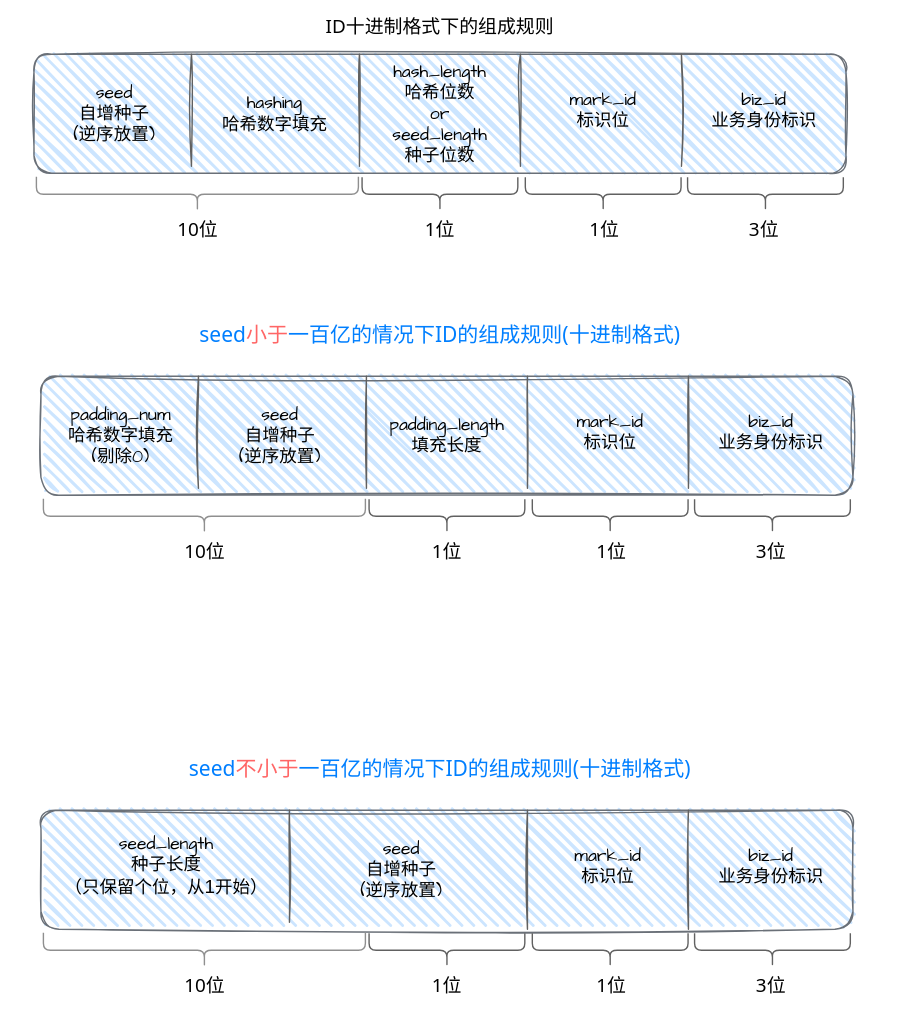
This is pictures/csd-id.drawio from dimdark/my-drawio, a draw.io file, before an edit. Source tidied: cells renumbered, new cells numbered last; positions are measured from the earlier drawing's top-left corner, leaving out a move shared by most shapes. Both pictures are drawn from the tidied source at 70%, with x=0, y=0 at pixel (34, 12).
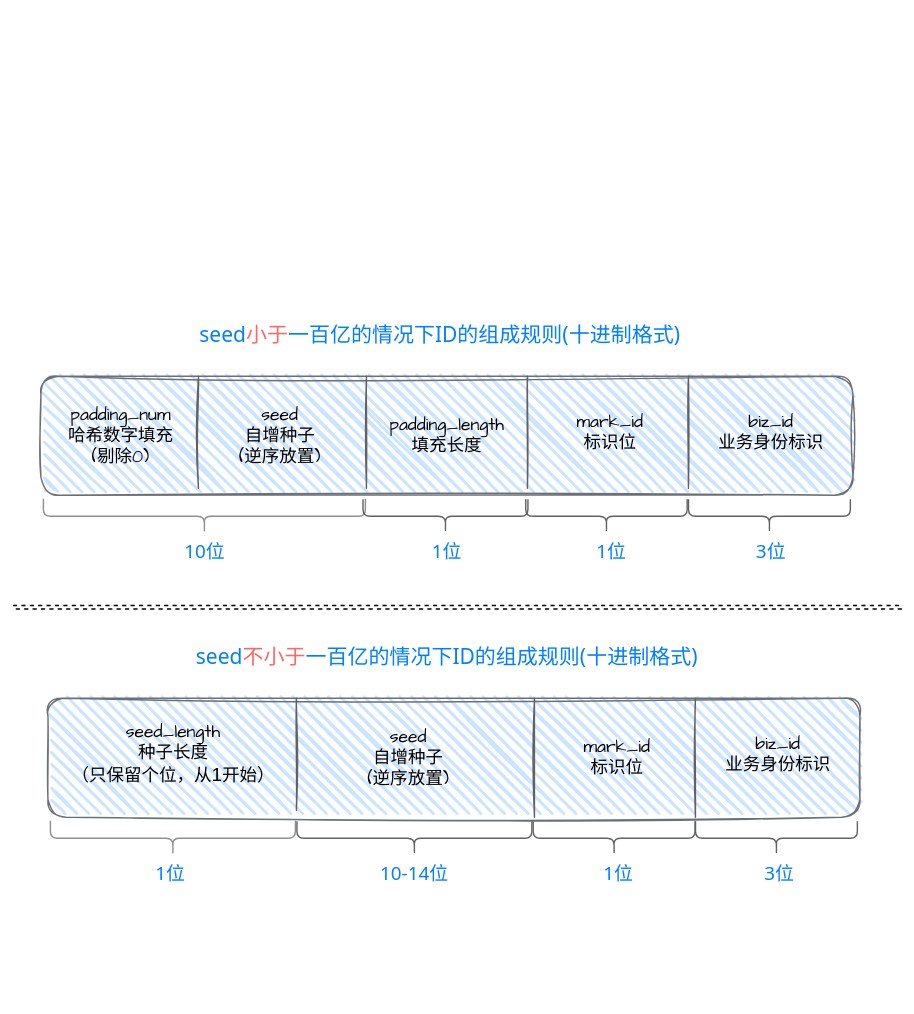
After the change.

Change to the diagram source:
```diff
@@
-    <mxCell id="2" style="rounded=1;whiteSpace=wrap;html=1;strokeWidth=2;fillWeight=4;hachureGap=12;hachureAngle=45;fillColor=#cce5ff;sketch=1;jiggle=2;fontFamily=Architects Daughter;fontSize=20;strokeColor=#6A7078;imageAspect=1;shadow=0;glass=0;" parent="1" vertex="1">
-      <mxGeometry y="60" width="1160" height="170" as="geometry" />
-    </mxCell>
-    <mxCell id="3" value="&lt;font style=&quot;font-size: 25px;&quot;&gt;seed&lt;br style=&quot;font-size: 25px;&quot;&gt;自增种子&lt;br&gt;(逆序放置)&lt;/font&gt;" style="text;html=1;strokeColor=none;fillColor=none;align=center;verticalAlign=middle;whiteSpace=wrap;rounded=0;sketch=1;hachureGap=4;jiggle=2;fontFamily=Architects Daughter;fontSize=25;" parent="1" vertex="1">
-      <mxGeometry x="40" y="110" width="150" height="70" as="geometry" />
-    </mxCell>
-    <mxCell id="4" style="line;strokeWidth=2;direction=south;html=1;sketch=1;fillWeight=10;hachureGap=12;jiggle=2;fontFamily=Architects Daughter;fontSize=20;fillColor=#3333FF;strokeColor=#616161;" parent="1" vertex="1">
-      <mxGeometry x="220" y="60" width="10" height="160" as="geometry" />
-    </mxCell>
-    <mxCell id="5" style="line;strokeWidth=2;direction=south;html=1;sketch=1;fillWeight=10;hachureGap=12;jiggle=2;fontFamily=Architects Daughter;fontSize=20;fillColor=#3333FF;strokeColor=#616161;" parent="1" vertex="1">
-      <mxGeometry x="460" y="60" width="10" height="160" as="geometry" />
-    </mxCell>
-    <mxCell id="6" style="line;strokeWidth=2;direction=south;html=1;sketch=1;fillWeight=10;hachureGap=12;jiggle=2;fontFamily=Architects Daughter;fontSize=20;fillColor=#3333FF;strokeColor=#616161;" parent="1" vertex="1">
-      <mxGeometry x="690" y="60" width="10" height="160" as="geometry" />
-    </mxCell>
-    <mxCell id="7" style="line;strokeWidth=2;direction=south;html=1;sketch=1;fillWeight=10;hachureGap=12;jiggle=2;fontFamily=Architects Daughter;fontSize=20;fillColor=#3333FF;strokeColor=#616161;" parent="1" vertex="1">
-      <mxGeometry x="920" y="60" width="10" height="160" as="geometry" />
-    </mxCell>
-    <mxCell id="8" value="&lt;font style=&quot;font-size: 25px;&quot;&gt;hashing&lt;br style=&quot;font-size: 25px;&quot;&gt;哈希数字填充&lt;br style=&quot;font-size: 25px;&quot;&gt;&lt;/font&gt;" style="text;html=1;strokeColor=none;fillColor=none;align=center;verticalAlign=middle;whiteSpace=wrap;rounded=0;sketch=1;hachureGap=4;jiggle=2;fontFamily=Architects Daughter;fontSize=25;" parent="1" vertex="1">
-      <mxGeometry x="258.5" y="110" width="170" height="70" as="geometry" />
-    </mxCell>
-    <mxCell id="9" value="&lt;font style=&quot;font-size: 25px;&quot;&gt;hash_length&lt;br&gt;哈希位数&lt;br&gt;or&lt;br&gt;seed_length&lt;br style=&quot;font-size: 25px;&quot;&gt;种子位数&lt;br style=&quot;font-size: 25px;&quot;&gt;&lt;/font&gt;" style="text;html=1;strokeColor=none;fillColor=none;align=center;verticalAlign=middle;whiteSpace=wrap;rounded=0;sketch=1;hachureGap=4;jiggle=2;fontFamily=Architects Daughter;fontSize=25;" parent="1" vertex="1">
-      <mxGeometry x="495" y="110" width="170" height="70" as="geometry" />
-    </mxCell>
-    <mxCell id="10" value="&lt;font style=&quot;font-size: 25px;&quot;&gt;mark_id&lt;br&gt;标识位&lt;br style=&quot;font-size: 25px;&quot;&gt;&lt;br style=&quot;font-size: 25px;&quot;&gt;&lt;/font&gt;" style="text;html=1;strokeColor=none;fillColor=none;align=center;verticalAlign=middle;whiteSpace=wrap;rounded=0;sketch=1;hachureGap=4;jiggle=2;fontFamily=Architects Daughter;fontSize=25;" parent="1" vertex="1">
-      <mxGeometry x="728.1" y="120" width="170" height="70" as="geometry" />
-    </mxCell>
-    <mxCell id="11" value="&lt;font style=&quot;font-size: 25px;&quot;&gt;biz_id&lt;br style=&quot;font-size: 25px;&quot;&gt;业务身份标识&lt;br style=&quot;font-size: 25px;&quot;&gt;&lt;/font&gt;" style="text;html=1;strokeColor=none;fillColor=none;align=center;verticalAlign=middle;whiteSpace=wrap;rounded=0;sketch=1;hachureGap=4;jiggle=2;fontFamily=Architects Daughter;fontSize=25;" parent="1" vertex="1">
-      <mxGeometry x="958.1" y="105" width="170" height="70" as="geometry" />
-    </mxCell>
-    <mxCell id="12" style="shape=curlyBracket;whiteSpace=wrap;html=1;rounded=1;labelPosition=left;verticalLabelPosition=middle;align=right;verticalAlign=middle;shadow=0;glass=0;sketch=0;fillWeight=10;hachureGap=12;jiggle=2;strokeColor=#8F8F8F;strokeWidth=2;fontFamily=Architects Daughter;fontSize=25;fillColor=#3333FF;rotation=-90;gradientColor=default;" parent="1" vertex="1">
-      <mxGeometry x="208.5" y="30" width="50" height="460" as="geometry" />
-    </mxCell>
-    <mxCell id="13" style="shape=curlyBracket;whiteSpace=wrap;html=1;rounded=1;labelPosition=left;verticalLabelPosition=middle;align=right;verticalAlign=middle;shadow=0;glass=0;sketch=0;fillWeight=10;hachureGap=12;jiggle=2;strokeColor=#616161;strokeWidth=2;fontFamily=Architects Daughter;fontSize=25;fillColor=#3333FF;rotation=-90;" parent="1" vertex="1">
-      <mxGeometry x="555.6" y="148.8" width="48.8" height="222.5" as="geometry" />
-    </mxCell>
-    <mxCell id="14" style="shape=curlyBracket;whiteSpace=wrap;html=1;rounded=1;labelPosition=left;verticalLabelPosition=middle;align=right;verticalAlign=middle;shadow=0;glass=0;sketch=0;fillWeight=10;hachureGap=12;jiggle=2;strokeColor=#616161;strokeWidth=2;fontFamily=Architects Daughter;fontSize=25;fillColor=#3333FF;rotation=-90;" parent="1" vertex="1">
-      <mxGeometry x="788.8" y="148.8" width="48.8" height="222.5" as="geometry" />
-    </mxCell>
-    <mxCell id="15" style="shape=curlyBracket;whiteSpace=wrap;html=1;rounded=1;labelPosition=left;verticalLabelPosition=middle;align=right;verticalAlign=middle;shadow=0;glass=0;sketch=0;fillWeight=10;hachureGap=12;jiggle=2;strokeColor=#616161;strokeWidth=2;fontFamily=Architects Daughter;fontSize=25;fillColor=#3333FF;rotation=-90;" parent="1" vertex="1">
-      <mxGeometry x="1020.6" y="148.8" width="48.8" height="222.5" as="geometry" />
-    </mxCell>
-    <mxCell id="16" value="10位" style="text;html=1;strokeColor=none;fillColor=none;align=center;verticalAlign=middle;whiteSpace=wrap;rounded=0;shadow=0;glass=0;sketch=1;fillWeight=10;hachureGap=12;jiggle=2;strokeWidth=2;fontFamily=Tahoma;fontSize=27;" parent="1" vertex="1">
-      <mxGeometry x="177.8" y="285" width="111.5" height="50" as="geometry" />
-    </mxCell>
-    <mxCell id="17" value="1位" style="text;html=1;strokeColor=none;fillColor=none;align=center;verticalAlign=middle;whiteSpace=wrap;rounded=0;shadow=0;glass=0;sketch=1;fillWeight=10;hachureGap=12;jiggle=2;strokeWidth=2;fontFamily=Tahoma;fontSize=27;" parent="1" vertex="1">
-      <mxGeometry x="535" y="290" width="90" height="40" as="geometry" />
-    </mxCell>
-    <mxCell id="18" value="1位" style="text;html=1;strokeColor=none;fillColor=none;align=center;verticalAlign=middle;whiteSpace=wrap;rounded=0;shadow=0;glass=0;sketch=1;fillWeight=10;hachureGap=12;jiggle=2;strokeWidth=2;fontFamily=Tahoma;fontSize=27;" parent="1" vertex="1">
-      <mxGeometry x="770" y="290" width="90" height="40" as="geometry" />
-    </mxCell>
-    <mxCell id="19" value="3位" style="text;html=1;strokeColor=none;fillColor=none;align=center;verticalAlign=middle;whiteSpace=wrap;rounded=0;shadow=0;glass=0;sketch=1;fillWeight=10;hachureGap=12;jiggle=2;strokeWidth=2;fontFamily=Tahoma;fontSize=27;" parent="1" vertex="1">
-      <mxGeometry x="998.1" y="290" width="90" height="40" as="geometry" />
-    </mxCell>
-    <mxCell id="20" value="ID十进制格式下的组成规则" style="text;html=1;strokeColor=none;fillColor=none;align=center;verticalAlign=middle;whiteSpace=wrap;rounded=0;shadow=0;glass=0;sketch=0;fillWeight=10;hachureGap=12;jiggle=2;strokeWidth=2;fontFamily=Tahoma;fontSize=27;" parent="1" vertex="1">
-      <mxGeometry x="405" width="350" height="40" as="geometry" />
-    </mxCell>
@@
     <mxCell id="33" style="shape=curlyBracket;whiteSpace=wrap;html=1;rounded=1;labelPosition=left;verticalLabelPosition=middle;align=right;verticalAlign=middle;shadow=0;glass=0;sketch=0;fillWeight=10;hachureGap=12;jiggle=2;strokeColor=#616161;strokeWidth=2;fontFamily=Architects Daughter;fontSize=25;fillColor=#3333FF;rotation=-90;" parent="1" vertex="1">
-      <mxGeometry x="565.6" y="608.8" width="48.8" height="222.5" as="geometry" />
+      <mxGeometry x="563.5" y="602.2" width="48.8" height="235.6" as="geometry" />
     </mxCell>
     <mxCell id="34" style="shape=curlyBracket;whiteSpace=wrap;html=1;rounded=1;labelPosition=left;verticalLabelPosition=middle;align=right;verticalAlign=middle;shadow=0;glass=0;sketch=0;fillWeight=10;hachureGap=12;jiggle=2;strokeColor=#616161;strokeWidth=2;fontFamily=Architects Daughter;fontSize=25;fillColor=#3333FF;rotation=-90;" parent="1" vertex="1">
-      <mxGeometry x="798.8" y="608.8" width="48.8" height="222.5" as="geometry" />
+      <mxGeometry x="793.5" y="604.7" width="48.8" height="230.6" as="geometry" />
     </mxCell>
     <mxCell id="35" style="shape=curlyBracket;whiteSpace=wrap;html=1;rounded=1;labelPosition=left;verticalLabelPosition=middle;align=right;verticalAlign=middle;shadow=0;glass=0;sketch=0;fillWeight=10;hachureGap=12;jiggle=2;strokeColor=#616161;strokeWidth=2;fontFamily=Architects Daughter;fontSize=25;fillColor=#3333FF;rotation=-90;" parent="1" vertex="1">
-      <mxGeometry x="1030.6" y="608.8" width="48.8" height="222.5" as="geometry" />
+      <mxGeometry x="1026.3" y="604.4" width="48.8" height="231.2" as="geometry" />
     </mxCell>
-    <mxCell id="36" value="10位" style="text;html=1;strokeColor=none;fillColor=none;align=center;verticalAlign=middle;whiteSpace=wrap;rounded=0;shadow=0;glass=0;sketch=1;fillWeight=10;hachureGap=12;jiggle=2;strokeWidth=2;fontFamily=Tahoma;fontSize=27;" parent="1" vertex="1">
+    <mxCell id="36" value="10位" style="text;html=1;strokeColor=none;fillColor=none;align=center;verticalAlign=middle;whiteSpace=wrap;rounded=0;shadow=0;glass=0;sketch=1;fillWeight=10;hachureGap=12;jiggle=2;strokeWidth=2;fontFamily=Tahoma;fontSize=27;fontColor=#007FFF;" parent="1" vertex="1">
       <mxGeometry x="187.8" y="745" width="111.5" height="50" as="geometry" />
     </mxCell>
-    <mxCell id="37" value="1位" style="text;html=1;strokeColor=none;fillColor=none;align=center;verticalAlign=middle;whiteSpace=wrap;rounded=0;shadow=0;glass=0;sketch=1;fillWeight=10;hachureGap=12;jiggle=2;strokeWidth=2;fontFamily=Tahoma;fontSize=27;" parent="1" vertex="1">
+    <mxCell id="37" value="1位" style="text;html=1;strokeColor=none;fillColor=none;align=center;verticalAlign=middle;whiteSpace=wrap;rounded=0;shadow=0;glass=0;sketch=1;fillWeight=10;hachureGap=12;jiggle=2;strokeWidth=2;fontFamily=Tahoma;fontSize=27;fontColor=#007FFF;" parent="1" vertex="1">
       <mxGeometry x="545" y="750" width="90" height="40" as="geometry" />
     </mxCell>
-    <mxCell id="38" value="1位" style="text;html=1;strokeColor=none;fillColor=none;align=center;verticalAlign=middle;whiteSpace=wrap;rounded=0;shadow=0;glass=0;sketch=1;fillWeight=10;hachureGap=12;jiggle=2;strokeWidth=2;fontFamily=Tahoma;fontSize=27;" parent="1" vertex="1">
+    <mxCell id="38" value="1位" style="text;html=1;strokeColor=none;fillColor=none;align=center;verticalAlign=middle;whiteSpace=wrap;rounded=0;shadow=0;glass=0;sketch=1;fillWeight=10;hachureGap=12;jiggle=2;strokeWidth=2;fontFamily=Tahoma;fontSize=27;fontColor=#007FFF;" parent="1" vertex="1">
       <mxGeometry x="780" y="750" width="90" height="40" as="geometry" />
     </mxCell>
-    <mxCell id="39" value="3位" style="text;html=1;strokeColor=none;fillColor=none;align=center;verticalAlign=middle;whiteSpace=wrap;rounded=0;shadow=0;glass=0;sketch=1;fillWeight=10;hachureGap=12;jiggle=2;strokeWidth=2;fontFamily=Tahoma;fontSize=27;" parent="1" vertex="1">
+    <mxCell id="39" value="3位" style="text;html=1;strokeColor=none;fillColor=none;align=center;verticalAlign=middle;whiteSpace=wrap;rounded=0;shadow=0;glass=0;sketch=1;fillWeight=10;hachureGap=12;jiggle=2;strokeWidth=2;fontFamily=Tahoma;fontSize=27;fontColor=#007FFF;" parent="1" vertex="1">
       <mxGeometry x="1008.1" y="750" width="90" height="40" as="geometry" />
     </mxCell>
     <mxCell id="40" style="rounded=1;whiteSpace=wrap;html=1;strokeWidth=2;fillWeight=4;hachureGap=12;hachureAngle=45;fillColor=#cce5ff;sketch=1;jiggle=2;fontFamily=Architects Daughter;fontSize=20;strokeColor=#6A7078;imageAspect=1;shadow=0;glass=0;" parent="1" vertex="1">
-      <mxGeometry x="10" y="1140" width="1160" height="170" as="geometry" />
+      <mxGeometry x="20" y="980" width="1160" height="170" as="geometry" />
     </mxCell>
     <mxCell id="41" value="&lt;font style=&quot;font-size: 25px;&quot;&gt;seed&lt;br style=&quot;font-size: 25px;&quot;&gt;自增种子&lt;br&gt;(逆序放置)&lt;/font&gt;" style="text;html=1;strokeColor=none;fillColor=none;align=center;verticalAlign=middle;whiteSpace=wrap;rounded=0;sketch=1;hachureGap=4;jiggle=2;fontFamily=Architects Daughter;fontSize=25;" parent="1" vertex="1">
-      <mxGeometry x="385" y="1180" width="280" height="90" as="geometry" />
+      <mxGeometry x="395" y="1020" width="280" height="90" as="geometry" />
     </mxCell>
     <mxCell id="42" style="line;strokeWidth=2;direction=south;html=1;sketch=1;fillWeight=10;hachureGap=12;jiggle=2;fontFamily=Architects Daughter;fontSize=20;fillColor=#3333FF;strokeColor=#616161;" parent="1" vertex="1">
-      <mxGeometry x="930" y="1140" width="10" height="170" as="geometry" />
+      <mxGeometry x="940" y="980" width="10" height="170" as="geometry" />
     </mxCell>
     <mxCell id="43" value="&lt;font style=&quot;&quot;&gt;seed_length&lt;br style=&quot;font-size: 25px;&quot;&gt;种子长度&lt;br&gt;（只保留个位，从&lt;font style=&quot;font-size: 27px;&quot; face=&quot;Helvetica&quot;&gt;1&lt;/font&gt;开始）&lt;br style=&quot;font-size: 25px;&quot;&gt;&lt;/font&gt;" style="text;html=1;strokeColor=none;fillColor=none;align=center;verticalAlign=middle;whiteSpace=wrap;rounded=0;sketch=1;hachureGap=4;jiggle=2;fontFamily=Architects Daughter;fontSize=25;" parent="1" vertex="1">
-      <mxGeometry x="38.5" y="1180" width="300" height="80" as="geometry" />
+      <mxGeometry x="48.5" y="1020" width="300" height="80" as="geometry" />
     </mxCell>
     <mxCell id="44" value="&lt;font style=&quot;font-size: 25px;&quot;&gt;mark_id&lt;br&gt;标识位&lt;br style=&quot;font-size: 25px;&quot;&gt;&lt;/font&gt;" style="text;html=1;strokeColor=none;fillColor=none;align=center;verticalAlign=middle;whiteSpace=wrap;rounded=0;sketch=1;hachureGap=4;jiggle=2;fontFamily=Architects Daughter;fontSize=25;" parent="1" vertex="1">
-      <mxGeometry x="735" y="1185" width="170" height="70" as="geometry" />
+      <mxGeometry x="748.1" y="1030" width="170" height="70" as="geometry" />
     </mxCell>
     <mxCell id="45" value="&lt;font style=&quot;font-size: 25px;&quot;&gt;biz_id&lt;br style=&quot;font-size: 25px;&quot;&gt;业务身份标识&lt;br style=&quot;font-size: 25px;&quot;&gt;&lt;/font&gt;" style="text;html=1;strokeColor=none;fillColor=none;align=center;verticalAlign=middle;whiteSpace=wrap;rounded=0;sketch=1;hachureGap=4;jiggle=2;fontFamily=Architects Daughter;fontSize=25;" parent="1" vertex="1">
-      <mxGeometry x="968.1" y="1185" width="170" height="70" as="geometry" />
+      <mxGeometry x="978.1" y="1025" width="170" height="70" as="geometry" />
     </mxCell>
     <mxCell id="46" style="shape=curlyBracket;whiteSpace=wrap;html=1;rounded=1;labelPosition=left;verticalLabelPosition=middle;align=right;verticalAlign=middle;shadow=0;glass=0;sketch=0;fillWeight=10;hachureGap=12;jiggle=2;strokeColor=#8F8F8F;strokeWidth=2;fontFamily=Architects Daughter;fontSize=25;fillColor=#3333FF;rotation=-90;gradientColor=default;" parent="1" vertex="1">
-      <mxGeometry x="218.5" y="1110" width="50" height="460" as="geometry" />
+      <mxGeometry x="173.5" y="1005" width="50" height="350" as="geometry" />
     </mxCell>
     <mxCell id="47" style="shape=curlyBracket;whiteSpace=wrap;html=1;rounded=1;labelPosition=left;verticalLabelPosition=middle;align=right;verticalAlign=middle;shadow=0;glass=0;sketch=0;fillWeight=10;hachureGap=12;jiggle=2;strokeColor=#616161;strokeWidth=2;fontFamily=Architects Daughter;fontSize=25;fillColor=#3333FF;rotation=-90;" parent="1" vertex="1">
-      <mxGeometry x="565.6" y="1228.8" width="48.8" height="222.5" as="geometry" />
+      <mxGeometry x="519.1" y="1012.2" width="48.8" height="335.6" as="geometry" />
     </mxCell>
     <mxCell id="48" style="shape=curlyBracket;whiteSpace=wrap;html=1;rounded=1;labelPosition=left;verticalLabelPosition=middle;align=right;verticalAlign=middle;shadow=0;glass=0;sketch=0;fillWeight=10;hachureGap=12;jiggle=2;strokeColor=#616161;strokeWidth=2;fontFamily=Architects Daughter;fontSize=25;fillColor=#3333FF;rotation=-90;" parent="1" vertex="1">
-      <mxGeometry x="798.8" y="1228.8" width="48.8" height="222.5" as="geometry" />
+      <mxGeometry x="804.4" y="1064.4" width="48.8" height="231.2" as="geometry" />
     </mxCell>
     <mxCell id="49" style="shape=curlyBracket;whiteSpace=wrap;html=1;rounded=1;labelPosition=left;verticalLabelPosition=middle;align=right;verticalAlign=middle;shadow=0;glass=0;sketch=0;fillWeight=10;hachureGap=12;jiggle=2;strokeColor=#616161;strokeWidth=2;fontFamily=Architects Daughter;fontSize=25;fillColor=#3333FF;rotation=-90;" parent="1" vertex="1">
-      <mxGeometry x="1030.6" y="1228.8" width="48.8" height="222.5" as="geometry" />
+      <mxGeometry x="1036.3" y="1064.4" width="48.8" height="231.2" as="geometry" />
     </mxCell>
-    <mxCell id="50" value="10位" style="text;html=1;strokeColor=none;fillColor=none;align=center;verticalAlign=middle;whiteSpace=wrap;rounded=0;shadow=0;glass=0;sketch=1;fillWeight=10;hachureGap=12;jiggle=2;strokeWidth=2;fontFamily=Tahoma;fontSize=27;" parent="1" vertex="1">
-      <mxGeometry x="187.8" y="1365" width="111.5" height="50" as="geometry" />
+    <mxCell id="50" value="1位" style="text;html=1;strokeColor=none;fillColor=none;align=center;verticalAlign=middle;whiteSpace=wrap;rounded=0;shadow=0;glass=0;sketch=1;fillWeight=10;hachureGap=12;jiggle=2;strokeWidth=2;fontFamily=Tahoma;fontSize=27;fontColor=#007FFF;" parent="1" vertex="1">
+      <mxGeometry x="138.5" y="1205" width="111.5" height="50" as="geometry" />
     </mxCell>
-    <mxCell id="51" value="1位" style="text;html=1;strokeColor=none;fillColor=none;align=center;verticalAlign=middle;whiteSpace=wrap;rounded=0;shadow=0;glass=0;sketch=1;fillWeight=10;hachureGap=12;jiggle=2;strokeWidth=2;fontFamily=Tahoma;fontSize=27;" parent="1" vertex="1">
-      <mxGeometry x="545" y="1370" width="90" height="40" as="geometry" />
+    <mxCell id="51" value="&lt;font color=&quot;#007fff&quot;&gt;10-14位&lt;/font&gt;" style="text;html=1;strokeColor=none;fillColor=none;align=center;verticalAlign=middle;whiteSpace=wrap;rounded=0;shadow=0;glass=0;sketch=1;fillWeight=10;hachureGap=12;jiggle=2;strokeWidth=2;fontFamily=Tahoma;fontSize=27;" parent="1" vertex="1">
+      <mxGeometry x="458.8" y="1205" width="169.4" height="50" as="geometry" />
     </mxCell>
-    <mxCell id="52" value="1位" style="text;html=1;strokeColor=none;fillColor=none;align=center;verticalAlign=middle;whiteSpace=wrap;rounded=0;shadow=0;glass=0;sketch=1;fillWeight=10;hachureGap=12;jiggle=2;strokeWidth=2;fontFamily=Tahoma;fontSize=27;" parent="1" vertex="1">
-      <mxGeometry x="780" y="1370" width="90" height="40" as="geometry" />
+    <mxCell id="52" value="1位" style="text;html=1;strokeColor=none;fillColor=none;align=center;verticalAlign=middle;whiteSpace=wrap;rounded=0;shadow=0;glass=0;sketch=1;fillWeight=10;hachureGap=12;jiggle=2;strokeWidth=2;fontFamily=Tahoma;fontSize=27;fontColor=#007FFF;" parent="1" vertex="1">
+      <mxGeometry x="790" y="1210" width="90" height="40" as="geometry" />
     </mxCell>
-    <mxCell id="53" value="3位" style="text;html=1;strokeColor=none;fillColor=none;align=center;verticalAlign=middle;whiteSpace=wrap;rounded=0;shadow=0;glass=0;sketch=1;fillWeight=10;hachureGap=12;jiggle=2;strokeWidth=2;fontFamily=Tahoma;fontSize=27;" parent="1" vertex="1">
-      <mxGeometry x="1008.1" y="1370" width="90" height="40" as="geometry" />
+    <mxCell id="53" value="3位" style="text;html=1;strokeColor=none;fillColor=none;align=center;verticalAlign=middle;whiteSpace=wrap;rounded=0;shadow=0;glass=0;sketch=1;fillWeight=10;hachureGap=12;jiggle=2;strokeWidth=2;fontFamily=Tahoma;fontSize=27;fontColor=#007FFF;" parent="1" vertex="1">
+      <mxGeometry x="1020" y="1210" width="90" height="40" as="geometry" />
     </mxCell>
     <mxCell id="54" value="&lt;span style=&quot;color: rgb(0, 127, 255); font-size: 30px;&quot;&gt;seed&lt;/span&gt;&lt;font color=&quot;#ff6666&quot; style=&quot;font-size: 30px;&quot;&gt;不小于&lt;/font&gt;&lt;span style=&quot;color: rgb(0, 127, 255); font-size: 30px;&quot;&gt;一百亿的情况下ID的组成规则(十进制格式)&lt;/span&gt;" style="text;html=1;strokeColor=none;fillColor=none;align=center;verticalAlign=middle;whiteSpace=wrap;rounded=0;shadow=0;glass=0;sketch=0;fillWeight=10;hachureGap=12;jiggle=2;strokeWidth=2;fontFamily=Tahoma;fontSize=30;" parent="1" vertex="1">
-      <mxGeometry x="218.5" y="1050" width="721.5" height="60" as="geometry" />
+      <mxGeometry x="228.5" y="890" width="721.5" height="60" as="geometry" />
     </mxCell>
     <mxCell id="55" style="line;strokeWidth=2;direction=south;html=1;sketch=1;fillWeight=10;hachureGap=12;jiggle=2;fontFamily=Architects Daughter;fontSize=20;fillColor=#3333FF;strokeColor=#616161;" parent="1" vertex="1">
-      <mxGeometry x="360" y="1140" width="10" height="160" as="geometry" />
+      <mxGeometry x="370" y="980" width="10" height="160" as="geometry" />
     </mxCell>
     <mxCell id="56" style="line;strokeWidth=2;direction=south;html=1;sketch=1;fillWeight=10;hachureGap=12;jiggle=2;fontFamily=Architects Daughter;fontSize=20;fillColor=#3333FF;strokeColor=#616161;" parent="1" vertex="1">
-      <mxGeometry x="700" y="1140" width="10" height="170" as="geometry" />
+      <mxGeometry x="710" y="980" width="10" height="170" as="geometry" />
     </mxCell>
+    <mxCell id="57" style="endArrow=none;html=1;rounded=0;fontFamily=Helvetica;fontSize=30;fontColor=#007FFF;strokeWidth=2;strokeColor=default;sketch=0;shadow=0;shape=link;dashed=1;" parent="1" edge="1">
+      <mxGeometry relative="1" as="geometry">
+        <mxPoint x="-30" y="850" as="sourcePoint" />
+        <mxPoint x="1240" y="850" as="targetPoint" />
+      </mxGeometry>
+    </mxCell>
```
